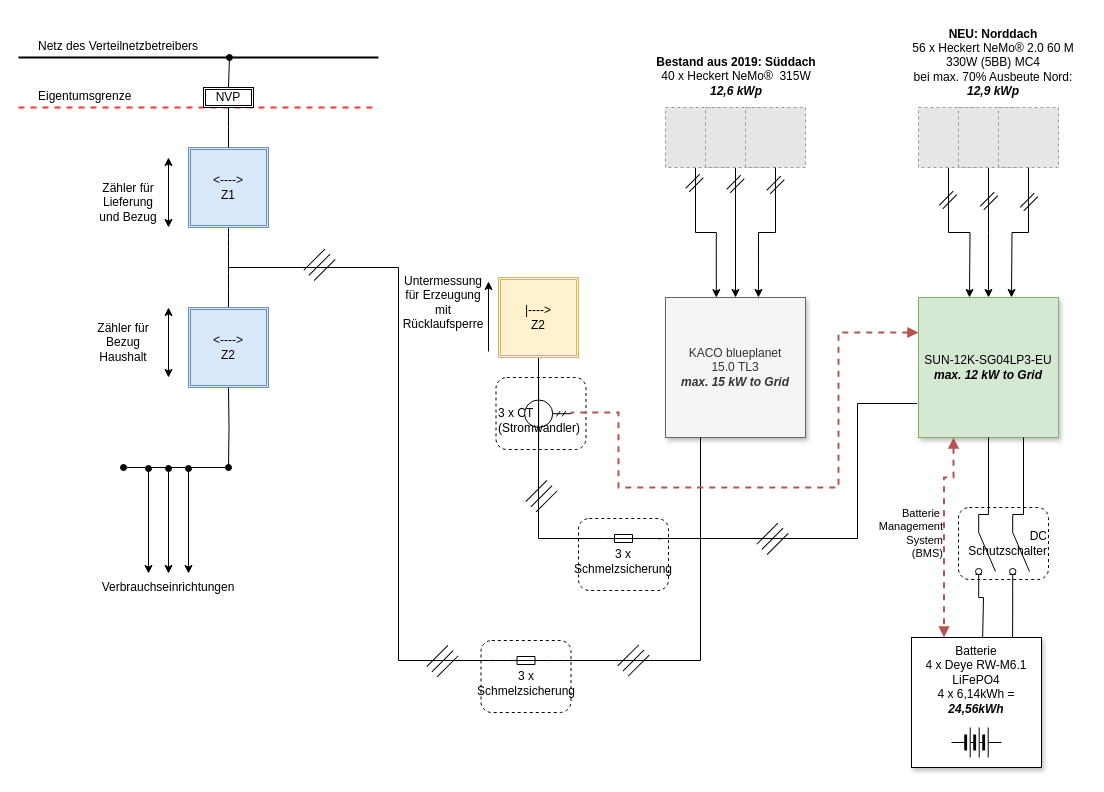
The draw.io diagram page "MK40" (2 of 2) of planung/images/pv-autark.drawio in rainerth/energetischesanierung, before the edit. Source tidied: cells renumbered, new cells numbered last; positions are measured from the earlier drawing's top-left corner, leaving out a move shared by most shapes. Both pictures are drawn from the tidied source at 100%, with x=0, y=0 at pixel (88, -123). Pictures stored in the file or linked from it are replaced by grey dashed boxes.
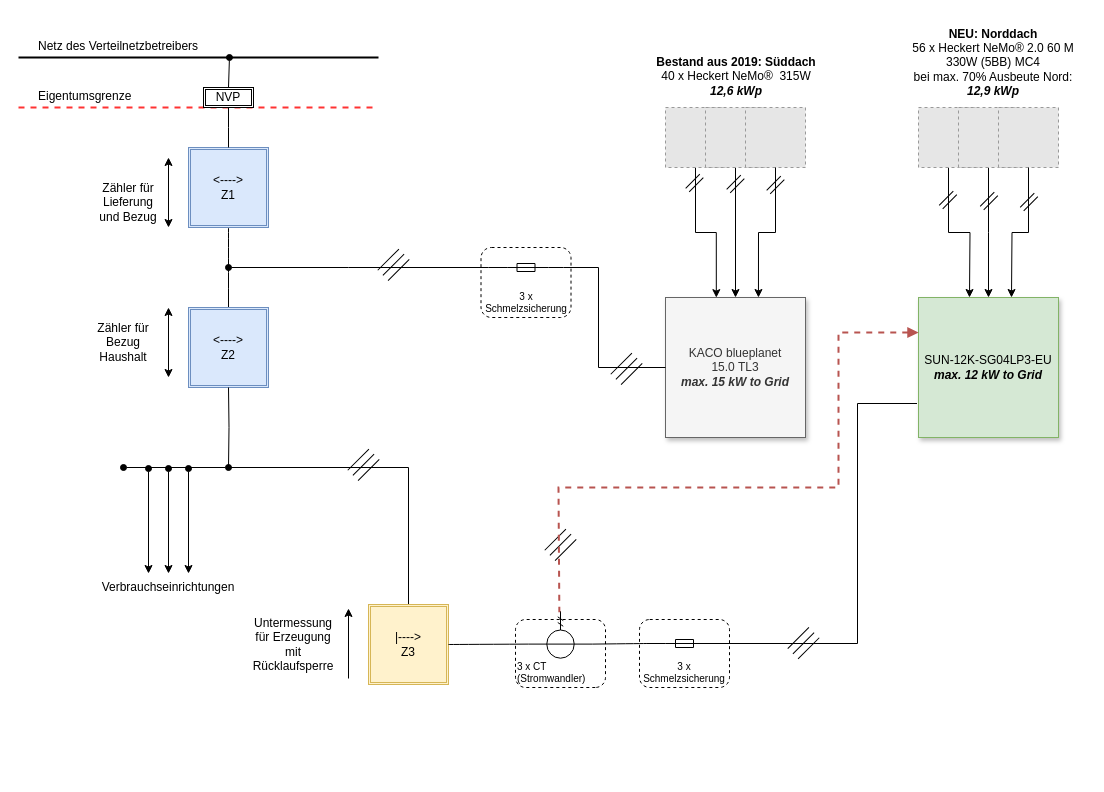
The same page after the edit.

The change refers to these unchanged cells:
```xml
<mxCell id="15" value="&lt;div&gt;KACO blueplanet&lt;/div&gt;&lt;div&gt;15.0 TL3&lt;br&gt;&lt;b&gt;&lt;i&gt;max. 15 kW to Grid&lt;br&gt;&lt;/i&gt;&lt;/b&gt;&lt;/div&gt;" style="whiteSpace=wrap;html=1;shadow=1;fillColor=#f5f5f5;fontColor=#333333;strokeColor=#666666;" parent="13" vertex="1">
  <mxGeometry x="577" y="420" width="140" height="140" as="geometry" />
</mxCell>
<mxCell id="39" value="&lt;div&gt;SUN-12K-SG04LP3-EU&lt;/div&gt;&lt;div&gt;&lt;i&gt;&lt;b&gt;max. 12 kW to Grid &lt;/b&gt;&lt;/i&gt;&lt;br&gt;&lt;/div&gt;" style="whiteSpace=wrap;html=1;shadow=1;fillColor=#d5e8d4;strokeColor=#82b366;" parent="37" vertex="1">
  <mxGeometry x="830" y="420" width="140" height="140" as="geometry" />
</mxCell>
```

Diff of the diagram source:
```diff
@@
-    <mxCell id="12" value="Untermessung für Erzeugung mit Rücklaufsperre" style="text;html=1;align=center;verticalAlign=middle;whiteSpace=wrap;rounded=0;" parent="11" vertex="1">
-      <mxGeometry x="320" y="400" width="70" height="50" as="geometry" />
-    </mxCell>
@@
-    <mxCell id="14" value="&lt;div&gt;&lt;br&gt;&lt;/div&gt;&lt;div&gt;3 x Schmelzsicherung&lt;/div&gt;" style="rounded=1;whiteSpace=wrap;html=1;dashed=1;" parent="13" vertex="1">
-      <mxGeometry x="392.5" y="763" width="90" height="72" as="geometry" />
+    <mxCell id="14" value="&lt;div style=&quot;font-size: 10px;&quot;&gt;&lt;br style=&quot;font-size: 10px;&quot;&gt;&lt;/div&gt;&lt;div style=&quot;font-size: 10px;&quot;&gt;3 x Schmelzsicherung&lt;/div&gt;" style="rounded=1;whiteSpace=wrap;html=1;dashed=1;verticalAlign=bottom;fontSize=10;" parent="13" vertex="1">
+      <mxGeometry x="392.5" y="370" width="90" height="70" as="geometry" />
     </mxCell>
@@
-    <mxCell id="16" style="edgeStyle=orthogonalEdgeStyle;rounded=0;jettySize=auto;html=1;exitX=0.25;exitY=1;exitDx=0;exitDy=0;entryX=1;entryY=0.8;entryDx=0;entryDy=0;endArrow=none;endFill=0;" parent="13" edge="1" target="22">
+    <mxCell id="16" style="edgeStyle=orthogonalEdgeStyle;rounded=0;jettySize=auto;html=1;exitX=0;exitY=0.5;exitDx=0;exitDy=0;entryX=1;entryY=0.8;entryDx=0;entryDy=0;endArrow=none;endFill=0;" parent="13" edge="1" source="15" target="22">
       <mxGeometry relative="1" as="geometry">
-        <mxPoint x="612" y="560" as="sourcePoint" />
         <Array as="points">
-          <mxPoint x="612" y="783" />
+          <mxPoint x="510" y="490" />
+          <mxPoint x="510" y="390" />
         </Array>
       </mxGeometry>
     </mxCell>
-    <mxCell id="17" style="endArrow=oval;html=1;rounded=0;endFill=1;startArrow=oval;startFill=1;" parent="13" edge="1">
-      <mxGeometry relative="1" as="geometry">
-        <mxPoint x="140" y="590" as="sourcePoint" />
-        <mxPoint x="35" y="590" as="targetPoint" />
-      </mxGeometry>
-    </mxCell>
-    <mxCell id="18" style="endArrow=classic;html=1;rounded=0;startArrow=oval;startFill=1;" parent="13" edge="1">
-      <mxGeometry relative="1" as="geometry">
-        <mxPoint x="60" y="591" as="sourcePoint" />
-        <mxPoint x="60" y="696" as="targetPoint" />
-      </mxGeometry>
-    </mxCell>
-    <mxCell id="19" style="endArrow=classic;html=1;rounded=0;startArrow=oval;startFill=1;" parent="13" edge="1">
-      <mxGeometry relative="1" as="geometry">
-        <mxPoint x="80" y="591" as="sourcePoint" />
-        <mxPoint x="80" y="696" as="targetPoint" />
-      </mxGeometry>
-    </mxCell>
-    <mxCell id="20" style="endArrow=classic;html=1;rounded=0;startArrow=oval;startFill=1;" parent="13" edge="1">
-      <mxGeometry relative="1" as="geometry">
-        <mxPoint x="100" y="591" as="sourcePoint" />
-        <mxPoint x="100" y="696" as="targetPoint" />
-      </mxGeometry>
-    </mxCell>
-    <mxCell id="21" value="&lt;div&gt;Verbrauchseinrichtungen&lt;/div&gt;" style="text;html=1;align=center;verticalAlign=middle;whiteSpace=wrap;rounded=0;" parent="13" vertex="1">
-      <mxGeometry x="50" y="695" width="60" height="30" as="geometry" />
-    </mxCell>
     <mxCell id="22" style="html=1;shape=mxgraph.electrical.electro-mechanical.fuse2;elSwitchState=on;" parent="13" vertex="1">
-      <mxGeometry x="400" y="767" width="75" height="20" as="geometry" />
+      <mxGeometry x="400" y="374" width="75" height="20" as="geometry" />
     </mxCell>
-    <mxCell id="23" style="edgeStyle=orthogonalEdgeStyle;rounded=0;jettySize=auto;html=1;entryX=0;entryY=0.8;entryDx=0;entryDy=0;endArrow=none;endFill=0;" parent="13" edge="1" target="22">
+    <mxCell id="23" style="edgeStyle=orthogonalEdgeStyle;rounded=0;jettySize=auto;html=1;entryX=0;entryY=0.8;entryDx=0;entryDy=0;endArrow=none;endFill=0;startArrow=oval;startFill=1;" parent="13" edge="1" target="22">
       <mxGeometry relative="1" as="geometry">
         <mxPoint x="140" y="390" as="sourcePoint" />
         <Array as="points">
-          <mxPoint x="310" y="783" />
+          <mxPoint x="260" y="390" />
+          <mxPoint x="260" y="390" />
         </Array>
       </mxGeometry>
     </mxCell>
     <mxCell id="24" style="verticalLabelPosition=bottom;shadow=0;dashed=0;align=center;html=1;verticalAlign=top;shape=mxgraph.electrical.transmission.3_line_bus;rotation=-45;" parent="13" vertex="1">
-      <mxGeometry x="530" y="775.7" width="30" height="14.6" as="geometry" />
+      <mxGeometry x="523" y="484" width="30" height="14.6" as="geometry" />
     </mxCell>
-    <mxCell id="25" style="verticalLabelPosition=bottom;shadow=0;dashed=0;align=center;html=1;verticalAlign=top;shape=mxgraph.electrical.transmission.3_line_bus;rotation=-45;" parent="13" vertex="1">
-      <mxGeometry x="339" y="776.4" width="30" height="14.6" as="geometry" />
-    </mxCell>
     <mxCell id="26" style="verticalLabelPosition=bottom;shadow=0;dashed=0;align=center;html=1;verticalAlign=top;shape=mxgraph.electrical.transmission.3_line_bus;rotation=-45;" parent="13" vertex="1">
-      <mxGeometry x="216" y="380" width="30" height="14.6" as="geometry" />
+      <mxGeometry x="290" y="380" width="30" height="14.6" as="geometry" />
     </mxCell>
@@
+    <mxCell id="50" value="&lt;div style=&quot;font-size: 10px;&quot;&gt;&lt;br style=&quot;font-size: 10px;&quot;&gt;&lt;/div&gt;&lt;div style=&quot;font-size: 10px;&quot;&gt;3 x Schmelzsicherung&lt;/div&gt;" style="rounded=1;whiteSpace=wrap;html=1;dashed=1;verticalAlign=bottom;fontSize=10;" parent="37" vertex="1">
+      <mxGeometry x="551" y="742" width="90" height="68" as="geometry" />
+    </mxCell>
-    <mxCell id="38" value="&lt;div&gt;&lt;br&gt;&lt;/div&gt;&lt;div align=&quot;left&quot;&gt;3 x CT&lt;br&gt;&lt;/div&gt;&lt;div&gt;(Stromwandler)&lt;br&gt;&lt;/div&gt;" style="rounded=1;whiteSpace=wrap;html=1;dashed=1;align=left;" parent="37" vertex="1">
-      <mxGeometry x="407.5" y="500" width="90" height="72" as="geometry" />
+    <mxCell id="38" value="&lt;div style=&quot;font-size: 10px;&quot;&gt;&lt;br style=&quot;font-size: 10px;&quot;&gt;&lt;/div&gt;&lt;div style=&quot;font-size: 10px;&quot;&gt;3 x CT&lt;br style=&quot;font-size: 10px;&quot;&gt;&lt;/div&gt;&lt;div style=&quot;font-size: 10px;&quot;&gt;(Stromwandler)&lt;br style=&quot;font-size: 10px;&quot;&gt;&lt;/div&gt;" style="rounded=1;whiteSpace=wrap;html=1;dashed=1;align=left;direction=west;verticalAlign=bottom;fontSize=10;" parent="37" vertex="1">
+      <mxGeometry x="427" y="742" width="90" height="68" as="geometry" />
     </mxCell>
@@
-    <mxCell id="50" value="&lt;div&gt;&lt;br&gt;&lt;/div&gt;&lt;div&gt;3 x Schmelzsicherung&lt;/div&gt;" style="rounded=1;whiteSpace=wrap;html=1;dashed=1;" parent="37" vertex="1">
-      <mxGeometry x="490" y="641" width="90" height="72" as="geometry" />
-    </mxCell>
+    <mxCell id="76" style="edgeStyle=none;curved=1;rounded=0;jettySize=auto;html=1;entryX=0.3;entryY=1;entryDx=0;entryDy=0;fontSize=12;startSize=8;endSize=8;endArrow=none;endFill=0;entryPerimeter=0;exitX=0;exitY=0.8;exitDx=0;exitDy=0;" parent="37" edge="1" source="53" target="56">
+      <mxGeometry relative="1" as="geometry" />
+    </mxCell>
-    <mxCell id="51" style="edgeStyle=orthogonalEdgeStyle;rounded=0;orthogonalLoop=1;jettySize=auto;html=1;exitX=1;exitY=0.8;exitDx=0;exitDy=0;entryX=0;entryY=0.75;entryDx=0;entryDy=0;endArrow=none;endFill=0;" parent="37" edge="1">
+    <mxCell id="51" style="edgeStyle=orthogonalEdgeStyle;rounded=0;jettySize=auto;html=1;entryX=0;entryY=0.75;entryDx=0;entryDy=0;endArrow=none;endFill=0;exitX=1;exitY=0.8;exitDx=0;exitDy=0;" parent="37" edge="1" source="53">
       <mxGeometry relative="1" as="geometry">
-        <mxPoint x="571" y="662" as="sourcePoint" />
         <mxPoint x="828.5" y="526" as="targetPoint" />
         <Array as="points">
-          <mxPoint x="571" y="661" />
-          <mxPoint x="769" y="661" />
+          <mxPoint x="634" y="766" />
+          <mxPoint x="769" y="766" />
           <mxPoint x="769" y="526" />
         </Array>
       </mxGeometry>
     </mxCell>
-    <mxCell id="52" style="edgeStyle=orthogonalEdgeStyle;rounded=0;jettySize=auto;html=1;exitX=0;exitY=0.8;exitDx=0;exitDy=0;entryX=0.5;entryY=1;entryDx=0;entryDy=0;endArrow=none;endFill=0;" parent="37" edge="1" source="53" target="63">
-      <mxGeometry relative="1" as="geometry" />
-    </mxCell>
     <mxCell id="53" style="html=1;shape=mxgraph.electrical.electro-mechanical.fuse2;elSwitchState=on;" parent="37" vertex="1">
-      <mxGeometry x="497.5" y="645" width="75" height="20" as="geometry" />
+      <mxGeometry x="558.5" y="750" width="75" height="20" as="geometry" />
     </mxCell>
     <mxCell id="54" style="verticalLabelPosition=bottom;shadow=0;dashed=0;align=center;html=1;verticalAlign=top;shape=mxgraph.electrical.transmission.3_line_bus;rotation=-45;" parent="37" vertex="1">
-      <mxGeometry x="669" y="654" width="30" height="14.6" as="geometry" />
+      <mxGeometry x="700" y="758.4" width="30" height="14.6" as="geometry" />
     </mxCell>
     <mxCell id="55" style="verticalLabelPosition=bottom;shadow=0;dashed=0;align=center;html=1;verticalAlign=top;shape=mxgraph.electrical.transmission.3_line_bus;rotation=-45;" parent="37" vertex="1">
-      <mxGeometry x="438" y="611.4" width="30" height="14.6" as="geometry" />
+      <mxGeometry x="457" y="660" width="30" height="14.6" as="geometry" />
     </mxCell>
-    <mxCell id="56" style="verticalLabelPosition=bottom;shadow=0;dashed=0;align=center;html=1;verticalAlign=top;shape=mxgraph.electrical.inductors.current_transformer_2;direction=east;" parent="37" vertex="1">
-      <mxGeometry x="436" y="504.2" width="47" height="64" as="geometry" />
+    <mxCell id="56" style="verticalLabelPosition=bottom;shadow=0;dashed=0;align=center;html=1;verticalAlign=top;shape=mxgraph.electrical.inductors.current_transformer_2;direction=north;" parent="37" vertex="1">
+      <mxGeometry x="440" y="733.7" width="64" height="47" as="geometry" />
     </mxCell>
     <mxCell id="57" style="endArrow=none;html=1;rounded=0;entryX=0.979;entryY=0.482;entryDx=0;entryDy=0;entryPerimeter=0;exitX=0;exitY=0.25;exitDx=0;exitDy=0;fillColor=#f8cecc;strokeColor=#b85450;strokeWidth=2;dashed=1;endFill=0;startArrow=block;startFill=1;" parent="37" edge="1" source="39" target="56">
       <mxGeometry relative="1" as="geometry">
         <Array as="points">
           <mxPoint x="750" y="455" />
           <mxPoint x="750" y="610" />
           <mxPoint x="650" y="610" />
           <mxPoint x="530" y="610" />
-          <mxPoint x="530" y="535" />
+          <mxPoint x="470" y="610" />
         </Array>
       </mxGeometry>
     </mxCell>
+    <mxCell id="12" value="Untermessung für Erzeugung mit Rücklaufsperre" style="text;html=1;align=center;verticalAlign=middle;whiteSpace=wrap;rounded=0;" parent="37" vertex="1">
+      <mxGeometry x="170" y="742" width="70" height="50" as="geometry" />
+    </mxCell>
+    <mxCell id="77" style="edgeStyle=none;curved=0;rounded=0;jettySize=auto;html=1;exitX=0.5;exitY=0;exitDx=0;exitDy=0;fontSize=12;startSize=8;endSize=8;endArrow=none;endFill=0;" parent="37" edge="1" source="78">
+      <mxGeometry relative="1" as="geometry">
+        <mxPoint x="140" y="590" as="targetPoint" />
+        <Array as="points">
+          <mxPoint x="320" y="590" />
+        </Array>
+      </mxGeometry>
+    </mxCell>
+    <mxCell id="78" value="|----&amp;gt;&lt;br&gt;&lt;div&gt;Z3&lt;/div&gt;" style="shape=ext;double=1;whiteSpace=wrap;html=1;fillColor=#fff2cc;strokeColor=#d6b656;" parent="37" vertex="1">
+      <mxGeometry x="280" y="727" width="80" height="80" as="geometry" />
+    </mxCell>
+    <mxCell id="79" style="endArrow=classic;startArrow=none;html=1;rounded=0;startFill=0;" parent="37" edge="1">
+      <mxGeometry relative="1" as="geometry">
+        <mxPoint x="260" y="801" as="sourcePoint" />
+        <mxPoint x="260" y="731" as="targetPoint" />
+      </mxGeometry>
+    </mxCell>
+    <mxCell id="80" style="verticalLabelPosition=bottom;shadow=0;dashed=0;align=center;html=1;verticalAlign=top;shape=mxgraph.electrical.transmission.3_line_bus;rotation=-45;" parent="37" vertex="1">
+      <mxGeometry x="260" y="580" width="30" height="14.6" as="geometry" />
+    </mxCell>
+    <mxCell id="81" style="edgeStyle=none;curved=1;rounded=0;jettySize=auto;html=1;exitX=1;exitY=0.5;exitDx=0;exitDy=0;entryX=0.3;entryY=0;entryDx=0;entryDy=0;entryPerimeter=0;fontSize=12;startSize=8;endSize=8;endArrow=none;endFill=0;" parent="37" edge="1" source="78" target="56">
+      <mxGeometry relative="1" as="geometry" />
+    </mxCell>
@@
-    <mxCell id="63" value="|----&amp;gt;&lt;br&gt;&lt;div&gt;Z2&lt;/div&gt;" style="shape=ext;double=1;whiteSpace=wrap;html=1;fillColor=#fff2cc;strokeColor=#d6b656;" parent="58" vertex="1">
-      <mxGeometry x="410" y="400" width="80" height="80" as="geometry" />
-    </mxCell>
-    <mxCell id="64" style="endArrow=classic;startArrow=none;html=1;rounded=0;startFill=0;" parent="58" edge="1">
-      <mxGeometry relative="1" as="geometry">
-        <mxPoint x="400" y="474" as="sourcePoint" />
-        <mxPoint x="400" y="404" as="targetPoint" />
-      </mxGeometry>
-    </mxCell>
-    <mxCell id="65" parent="0" />
-    <mxCell id="66" value="&lt;div align=&quot;right&quot;&gt;&lt;div&gt;DC Schutzschalter&lt;br&gt;&lt;/div&gt;&lt;/div&gt;" style="rounded=1;whiteSpace=wrap;html=1;dashed=1;" parent="65" vertex="1">
-      <mxGeometry x="870" y="630" width="90" height="72" as="geometry" />
-    </mxCell>
-    <mxCell id="67" value="&lt;div align=&quot;right&quot;&gt;Batterie&amp;nbsp;&lt;/div&gt;&lt;div align=&quot;right&quot;&gt;Management&lt;/div&gt;&lt;div align=&quot;right&quot;&gt;&amp;nbsp;System&lt;/div&gt;&lt;div align=&quot;right&quot;&gt;&amp;nbsp;(BMS)&lt;/div&gt;" style="edgeStyle=orthogonalEdgeStyle;rounded=0;jettySize=auto;html=1;entryX=0.25;entryY=0;entryDx=0;entryDy=0;endArrow=block;endFill=1;dashed=1;fillColor=#f8cecc;strokeColor=#b85450;align=right;startArrow=block;startFill=1;strokeWidth=2;exitX=0.25;exitY=1;exitDx=0;exitDy=0;" parent="65" edge="1" target="74">
-      <mxGeometry relative="1" as="geometry">
-        <mxPoint x="865" y="560" as="sourcePoint" />
-        <Array as="points">
-          <mxPoint x="865" y="600" />
-          <mxPoint x="855" y="600" />
-        </Array>
-      </mxGeometry>
-    </mxCell>
-    <mxCell id="68" style="edgeStyle=orthogonalEdgeStyle;rounded=0;jettySize=auto;html=1;entryX=0.75;entryY=1;entryDx=0;entryDy=0;endArrow=none;endFill=0;exitX=0;exitY=0.84;exitDx=0;exitDy=0;" parent="65" edge="1" source="73">
-      <mxGeometry relative="1" as="geometry">
-        <mxPoint x="935" y="560" as="targetPoint" />
-        <Array as="points">
-          <mxPoint x="935" y="637" />
-        </Array>
-      </mxGeometry>
-    </mxCell>
-    <mxCell id="69" style="edgeStyle=orthogonalEdgeStyle;rounded=0;jettySize=auto;html=1;exitX=1;exitY=0.84;exitDx=0;exitDy=0;endArrow=none;endFill=0;" parent="65" edge="1" source="71">
-      <mxGeometry relative="1" as="geometry">
-        <mxPoint x="894" y="767" as="targetPoint" />
-        <Array as="points">
-          <mxPoint x="890" y="720" />
-          <mxPoint x="895" y="720" />
-          <mxPoint x="895" y="767" />
-        </Array>
-      </mxGeometry>
-    </mxCell>
-    <mxCell id="70" style="edgeStyle=orthogonalEdgeStyle;rounded=0;jettySize=auto;html=1;exitX=0;exitY=0.84;exitDx=0;exitDy=0;entryX=0.5;entryY=1;entryDx=0;entryDy=0;endArrow=none;endFill=0;" parent="65" edge="1" source="71">
-      <mxGeometry relative="1" as="geometry">
-        <mxPoint x="900" y="560" as="targetPoint" />
-        <Array as="points">
-          <mxPoint x="900" y="637" />
-        </Array>
-      </mxGeometry>
-    </mxCell>
-    <mxCell id="71" style="html=1;shape=mxgraph.electrical.electro-mechanical.switchDisconnector;elSwitchState=off;direction=south;" parent="65" vertex="1">
-      <mxGeometry x="887" y="637" width="20" height="75" as="geometry" />
-    </mxCell>
-    <mxCell id="72" style="edgeStyle=orthogonalEdgeStyle;rounded=0;jettySize=auto;html=1;exitX=1;exitY=0.84;exitDx=0;exitDy=0;endArrow=none;endFill=0;" parent="65" edge="1" source="73">
-      <mxGeometry relative="1" as="geometry">
-        <mxPoint x="924" y="767" as="targetPoint" />
-      </mxGeometry>
-    </mxCell>
-    <mxCell id="73" style="html=1;shape=mxgraph.electrical.electro-mechanical.switchDisconnector;elSwitchState=off;direction=south;" parent="65" vertex="1">
-      <mxGeometry x="921" y="637" width="20" height="75" as="geometry" />
-    </mxCell>
-    <mxCell id="74" value="&lt;div&gt;Batterie&lt;/div&gt;&lt;div&gt;&lt;div&gt;4 x Deye RW-M6.1&lt;/div&gt;&lt;div&gt;LiFePO4&lt;/div&gt;&lt;div&gt;4 x 6,14kWh = &lt;b&gt;&lt;i&gt;24,56kWh&lt;/i&gt;&lt;/b&gt;&lt;br&gt;&lt;/div&gt;&lt;/div&gt;" style="whiteSpace=wrap;html=1;shadow=1;verticalAlign=top;" parent="65" vertex="1">
-      <mxGeometry x="823" y="760" width="130" height="130" as="geometry" />
-    </mxCell>
-    <mxCell id="75" style="verticalLabelPosition=bottom;shadow=0;dashed=0;align=center;html=1;verticalAlign=top;shape=mxgraph.electrical.miscellaneous.batteryStack;" parent="65" vertex="1">
-      <mxGeometry x="863" y="850" width="50" height="30" as="geometry" />
-    </mxCell>
+    <mxCell id="82" parent="0" />
+    <mxCell id="83" style="endArrow=oval;html=1;rounded=0;endFill=1;startArrow=oval;startFill=1;" parent="82" edge="1">
+      <mxGeometry relative="1" as="geometry">
+        <mxPoint x="140" y="590" as="sourcePoint" />
+        <mxPoint x="35" y="590" as="targetPoint" />
+      </mxGeometry>
+    </mxCell>
+    <mxCell id="84" style="endArrow=classic;html=1;rounded=0;startArrow=oval;startFill=1;" parent="82" edge="1">
+      <mxGeometry relative="1" as="geometry">
+        <mxPoint x="60" y="591" as="sourcePoint" />
+        <mxPoint x="60" y="696" as="targetPoint" />
+      </mxGeometry>
+    </mxCell>
+    <mxCell id="85" style="endArrow=classic;html=1;rounded=0;startArrow=oval;startFill=1;" parent="82" edge="1">
+      <mxGeometry relative="1" as="geometry">
+        <mxPoint x="80" y="591" as="sourcePoint" />
+        <mxPoint x="80" y="696" as="targetPoint" />
+      </mxGeometry>
+    </mxCell>
+    <mxCell id="86" style="endArrow=classic;html=1;rounded=0;startArrow=oval;startFill=1;" parent="82" edge="1">
+      <mxGeometry relative="1" as="geometry">
+        <mxPoint x="100" y="591" as="sourcePoint" />
+        <mxPoint x="100" y="696" as="targetPoint" />
+      </mxGeometry>
+    </mxCell>
+    <mxCell id="21" value="&lt;div&gt;Verbrauchseinrichtungen&lt;/div&gt;" style="text;html=1;align=center;verticalAlign=middle;whiteSpace=wrap;rounded=0;" parent="82" vertex="1">
+      <mxGeometry x="50" y="695" width="60" height="30" as="geometry" />
+    </mxCell>
```
